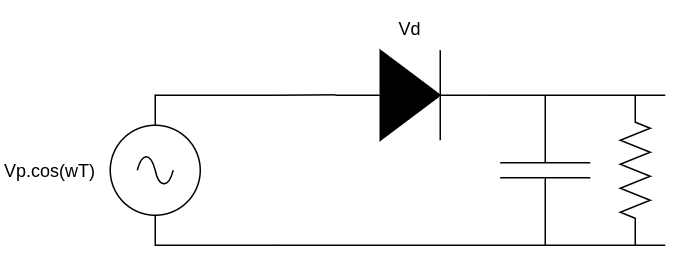
Before: assets/hp423a/diode_rc_schematic.png, a diagram exported from draw.io (tomverbeure/tomverbeure.github.io). Source tidied: cells renumbered, new cells last; positions are measured from the earlier drawing's top-left corner, leaving out a move shared by most shapes. Its diagram source:
```xml
<mxGraphModel>
  <root>
    <mxCell id="0" />
    <mxCell id="1" parent="0" />
    <mxCell id="2" style="fillColor=strokeColor;verticalLabelPosition=bottom;shadow=0;dashed=0;align=center;html=1;verticalAlign=top;shape=mxgraph.electrical.diodes.diode;rotation=0;" parent="1" vertex="1">
      <mxGeometry x="220" y="30" width="100" height="60" as="geometry" />
    </mxCell>
    <mxCell id="3" style="endArrow=none;html=1;rounded=0;exitX=1;exitY=0.5;exitDx=0;exitDy=0;exitPerimeter=0;" parent="1" edge="1" source="2">
      <mxGeometry relative="1" as="geometry">
        <mxPoint x="440" y="60" as="targetPoint" />
      </mxGeometry>
    </mxCell>
    <mxCell id="4" style="endArrow=none;html=1;rounded=0;" parent="1" edge="1">
      <mxGeometry relative="1" as="geometry">
        <mxPoint x="180" y="160" as="sourcePoint" />
        <mxPoint x="440" y="160" as="targetPoint" />
      </mxGeometry>
    </mxCell>
    <mxCell id="5" style="endArrow=none;html=1;rounded=0;" parent="1" edge="1">
      <mxGeometry relative="1" as="geometry">
        <mxPoint x="180" y="60" as="sourcePoint" />
        <mxPoint x="220" y="59.7" as="targetPoint" />
      </mxGeometry>
    </mxCell>
    <mxCell id="6" value="Vd" style="text;html=1;strokeColor=none;fillColor=none;align=center;verticalAlign=middle;whiteSpace=wrap;rounded=0;" parent="1" vertex="1">
      <mxGeometry x="240" width="60" height="30" as="geometry" />
    </mxCell>
    <mxCell id="7" value="Vp.cos(wT)" style="text;html=1;strokeColor=none;fillColor=none;align=center;verticalAlign=middle;whiteSpace=wrap;rounded=0;" parent="1" vertex="1">
      <mxGeometry y="95" width="60" height="30" as="geometry" />
    </mxCell>
    <mxCell id="8" style="verticalLabelPosition=bottom;shadow=0;dashed=0;align=center;html=1;verticalAlign=top;shape=mxgraph.electrical.capacitors.capacitor_1;rotation=-90;" parent="1" vertex="1">
      <mxGeometry x="310" y="80" width="100" height="60" as="geometry" />
    </mxCell>
    <mxCell id="9" style="verticalLabelPosition=bottom;shadow=0;dashed=0;align=center;html=1;verticalAlign=top;shape=mxgraph.electrical.signal_sources.source;points=[[0.5,0,0],[1,0.5,0],[0.5,1,0],[0,0.5,0]];elSignalType=ac;" parent="1" vertex="1">
      <mxGeometry x="70" y="80" width="60" height="60" as="geometry" />
    </mxCell>
    <mxCell id="10" style="endArrow=none;html=1;rounded=0;" parent="1" edge="1">
      <mxGeometry relative="1" as="geometry">
        <mxPoint x="180" y="60" as="sourcePoint" />
        <mxPoint x="100" y="80" as="targetPoint" />
        <Array as="points">
          <mxPoint x="100" y="60" />
        </Array>
      </mxGeometry>
    </mxCell>
    <mxCell id="11" style="endArrow=none;html=1;entryX=0.5;entryY=1;entryDx=0;entryDy=0;entryPerimeter=0;rounded=0;" parent="1" edge="1" target="9">
      <mxGeometry relative="1" as="geometry">
        <mxPoint x="180" y="160" as="sourcePoint" />
        <Array as="points">
          <mxPoint x="100" y="160" />
        </Array>
      </mxGeometry>
    </mxCell>
    <mxCell id="12" style="verticalLabelPosition=bottom;shadow=0;dashed=0;align=center;html=1;verticalAlign=top;shape=mxgraph.electrical.resistors.resistor_2;rotation=-90;" parent="1" vertex="1">
      <mxGeometry x="370" y="100" width="100" height="20" as="geometry" />
    </mxCell>
  </root>
</mxGraphModel>
```
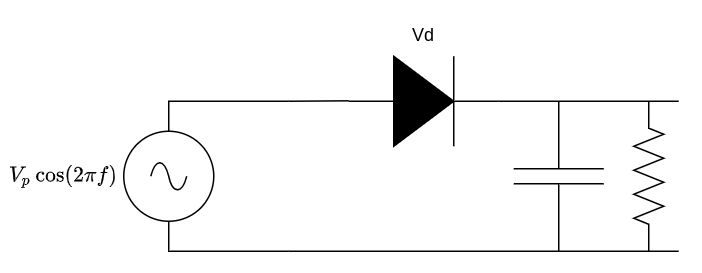
Above is the later version.

Change to the diagram source:
```diff
@@ -1,4 +1,4 @@
-<mxGraphModel>
+<mxGraphModel math="1">
   <root>
     <mxCell id="0" />
     <mxCell id="1" parent="0" />
@@ -25,7 +25,7 @@
     <mxCell id="6" value="Vd" style="text;html=1;strokeColor=none;fillColor=none;align=center;verticalAlign=middle;whiteSpace=wrap;rounded=0;" parent="1" vertex="1">
       <mxGeometry x="240" width="60" height="30" as="geometry" />
     </mxCell>
-    <mxCell id="7" value="Vp.cos(wT)" style="text;html=1;strokeColor=none;fillColor=none;align=center;verticalAlign=middle;whiteSpace=wrap;rounded=0;" parent="1" vertex="1">
+    <mxCell id="7" value="$$V_p \cos(2\pi f)$$" style="text;html=1;strokeColor=none;fillColor=none;align=center;verticalAlign=middle;whiteSpace=wrap;rounded=0;" parent="1" vertex="1">
       <mxGeometry y="95" width="60" height="30" as="geometry" />
     </mxCell>
     <mxCell id="8" style="verticalLabelPosition=bottom;shadow=0;dashed=0;align=center;html=1;verticalAlign=top;shape=mxgraph.electrical.capacitors.capacitor_1;rotation=-90;" parent="1" vertex="1">
```
